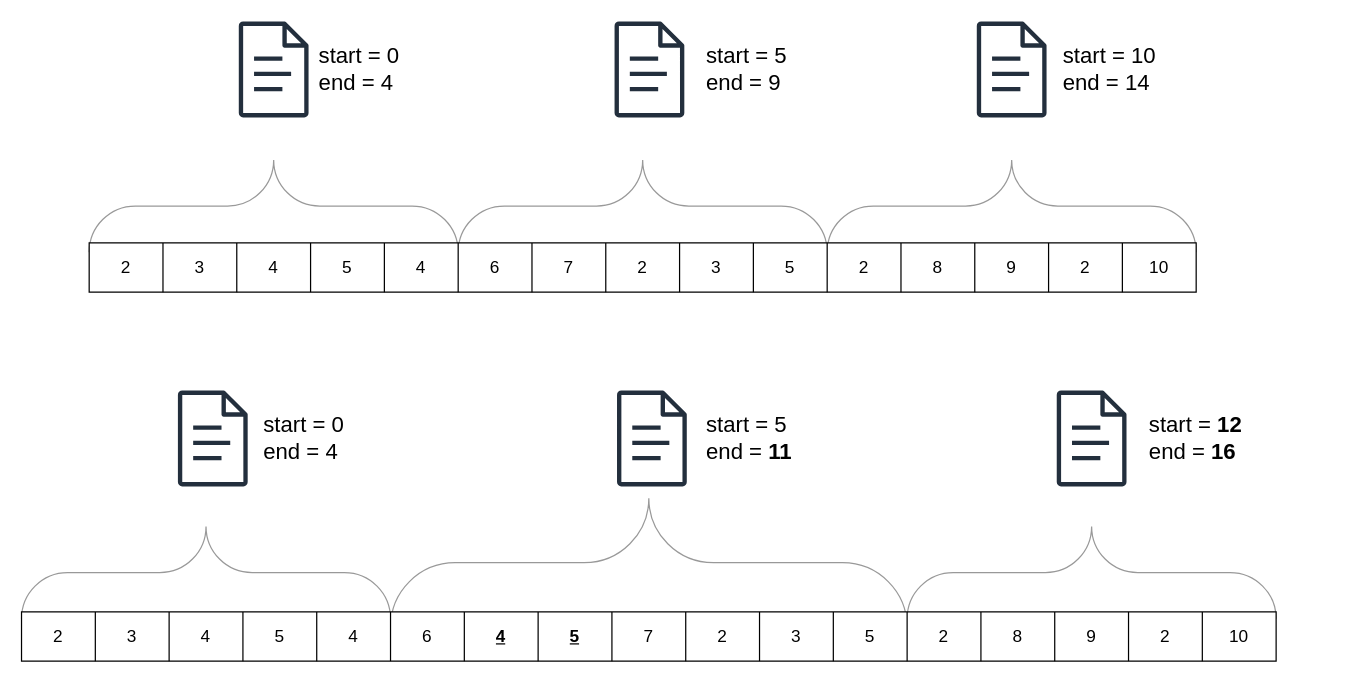
jakobkhansen/master-thesis keeps this draw.io diagram as thesis/figures/indexupdate.drawio. Above is the earlier version. Source tidied: cells renumbered, new cells numbered last; positions are measured from the earlier drawing's top-left corner, leaving out a move shared by most shapes. Both pictures are drawn from the tidied source at 123%, with x=0, y=0 at pixel (21, 21).
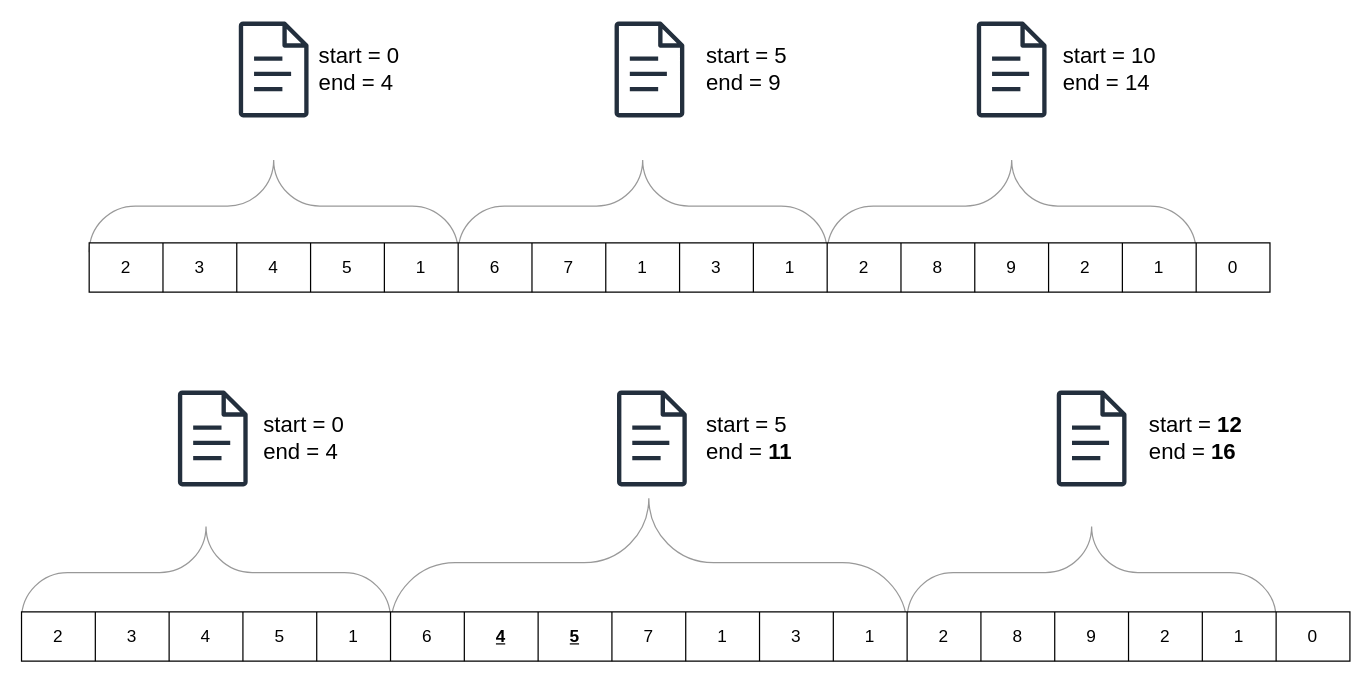
Above is the later version.

Change to the diagram source:
```diff
@@
     <mxCell id="14" style="shape=table;startSize=0;childLayout=tableLayout;fontFamily=Computer Modern;fontSize=14;" parent="1" vertex="1">
-      <mxGeometry y="480" width="1020" height="40" as="geometry" />
+      <mxGeometry y="480" width="1080" height="40" as="geometry" />
     </mxCell>
     <mxCell id="15" style="shape=tableRow;horizontal=0;startSize=0;swimlaneHead=0;swimlaneBody=0;strokeColor=inherit;top=0;left=0;bottom=0;right=0;fillColor=none;fontFamily=Computer Modern;fontSize=14;" parent="14" vertex="1">
-      <mxGeometry width="1020" height="40" as="geometry" />
+      <mxGeometry width="1080" height="40" as="geometry" />
     </mxCell>
@@
-    <mxCell id="20" value="4" style="shape=partialRectangle;html=1;whiteSpace=wrap;strokeColor=inherit;overflow=hidden;fillColor=none;top=0;left=0;bottom=0;right=0;fontFamily=Computer Modern;fontSize=14;" parent="15" vertex="1">
+    <mxCell id="20" value="1" style="shape=partialRectangle;html=1;whiteSpace=wrap;strokeColor=inherit;overflow=hidden;fillColor=none;top=0;left=0;bottom=0;right=0;fontFamily=Computer Modern;fontSize=14;" parent="15" vertex="1">
       <mxGeometry x="240" width="60" height="40" as="geometry" />
     </mxCell>
@@
-    <mxCell id="25" value="2" style="shape=partialRectangle;html=1;whiteSpace=wrap;strokeColor=inherit;overflow=hidden;fillColor=none;top=0;left=0;bottom=0;right=0;fontFamily=Computer Modern;fontSize=14;" parent="15" vertex="1">
+    <mxCell id="25" value="1" style="shape=partialRectangle;html=1;whiteSpace=wrap;strokeColor=inherit;overflow=hidden;fillColor=none;top=0;left=0;bottom=0;right=0;fontFamily=Computer Modern;fontSize=14;" parent="15" vertex="1">
       <mxGeometry x="540" width="60" height="40" as="geometry" />
     </mxCell>
@@
-    <mxCell id="27" value="5" style="shape=partialRectangle;html=1;whiteSpace=wrap;strokeColor=inherit;overflow=hidden;fillColor=none;top=0;left=0;bottom=0;right=0;fontFamily=Computer Modern;fontSize=14;" parent="15" vertex="1">
+    <mxCell id="27" value="1" style="shape=partialRectangle;html=1;whiteSpace=wrap;strokeColor=inherit;overflow=hidden;fillColor=none;top=0;left=0;bottom=0;right=0;fontFamily=Computer Modern;fontSize=14;" parent="15" vertex="1">
       <mxGeometry x="660" width="60" height="40" as="geometry" />
     </mxCell>
@@
-    <mxCell id="32" value="10" style="shape=partialRectangle;html=1;whiteSpace=wrap;strokeColor=inherit;overflow=hidden;fillColor=none;top=0;left=0;bottom=0;right=0;fontFamily=Computer Modern;fontSize=14;" parent="15" vertex="1">
+    <mxCell id="32" value="1" style="shape=partialRectangle;html=1;whiteSpace=wrap;strokeColor=inherit;overflow=hidden;fillColor=none;top=0;left=0;bottom=0;right=0;fontFamily=Computer Modern;fontSize=14;" parent="15" vertex="1">
       <mxGeometry x="960" width="60" height="40" as="geometry" />
     </mxCell>
+    <mxCell id="56" value="0" style="shape=partialRectangle;html=1;whiteSpace=wrap;strokeColor=inherit;overflow=hidden;fillColor=none;top=0;left=0;bottom=0;right=0;fontFamily=Computer Modern;fontSize=14;" parent="15" vertex="1">
+      <mxGeometry x="1020" width="60" height="40" as="geometry" />
+    </mxCell>
@@
     <mxCell id="39" style="shape=table;startSize=0;childLayout=tableLayout;fontFamily=Computer Modern;fontSize=14;" parent="1" vertex="1">
-      <mxGeometry x="55" y="180" width="900" height="40" as="geometry" />
+      <mxGeometry x="55" y="180" width="960" height="40" as="geometry" />
     </mxCell>
     <mxCell id="40" style="shape=tableRow;horizontal=0;startSize=0;swimlaneHead=0;swimlaneBody=0;strokeColor=inherit;top=0;left=0;bottom=0;right=0;fillColor=none;fontFamily=Computer Modern;fontSize=14;" parent="39" vertex="1">
-      <mxGeometry width="900" height="40" as="geometry" />
+      <mxGeometry width="960" height="40" as="geometry" />
     </mxCell>
@@
-    <mxCell id="45" value="4" style="shape=partialRectangle;html=1;whiteSpace=wrap;strokeColor=inherit;overflow=hidden;fillColor=none;top=0;left=0;bottom=0;right=0;fontFamily=Computer Modern;fontSize=14;" parent="40" vertex="1">
+    <mxCell id="45" value="1" style="shape=partialRectangle;html=1;whiteSpace=wrap;strokeColor=inherit;overflow=hidden;fillColor=none;top=0;left=0;bottom=0;right=0;fontFamily=Computer Modern;fontSize=14;" parent="40" vertex="1">
       <mxGeometry x="240" width="60" height="40" as="geometry" />
     </mxCell>
@@
-    <mxCell id="48" value="2" style="shape=partialRectangle;html=1;whiteSpace=wrap;strokeColor=inherit;overflow=hidden;fillColor=none;top=0;left=0;bottom=0;right=0;fontFamily=Computer Modern;fontSize=14;" parent="40" vertex="1">
+    <mxCell id="48" value="1" style="shape=partialRectangle;html=1;whiteSpace=wrap;strokeColor=inherit;overflow=hidden;fillColor=none;top=0;left=0;bottom=0;right=0;fontFamily=Computer Modern;fontSize=14;" parent="40" vertex="1">
       <mxGeometry x="420" width="60" height="40" as="geometry" />
     </mxCell>
@@
-    <mxCell id="50" value="5" style="shape=partialRectangle;html=1;whiteSpace=wrap;strokeColor=inherit;overflow=hidden;fillColor=none;top=0;left=0;bottom=0;right=0;fontFamily=Computer Modern;fontSize=14;" parent="40" vertex="1">
+    <mxCell id="50" value="1" style="shape=partialRectangle;html=1;whiteSpace=wrap;strokeColor=inherit;overflow=hidden;fillColor=none;top=0;left=0;bottom=0;right=0;fontFamily=Computer Modern;fontSize=14;" parent="40" vertex="1">
       <mxGeometry x="540" width="60" height="40" as="geometry" />
     </mxCell>
@@
-    <mxCell id="55" value="10" style="shape=partialRectangle;html=1;whiteSpace=wrap;strokeColor=inherit;overflow=hidden;fillColor=none;top=0;left=0;bottom=0;right=0;fontFamily=Computer Modern;fontSize=14;" parent="40" vertex="1">
+    <mxCell id="55" value="1" style="shape=partialRectangle;html=1;whiteSpace=wrap;strokeColor=inherit;overflow=hidden;fillColor=none;top=0;left=0;bottom=0;right=0;fontFamily=Computer Modern;fontSize=14;" parent="40" vertex="1">
       <mxGeometry x="840" width="60" height="40" as="geometry" />
     </mxCell>
+    <mxCell id="57" value="0" style="shape=partialRectangle;html=1;whiteSpace=wrap;strokeColor=inherit;overflow=hidden;fillColor=none;top=0;left=0;bottom=0;right=0;fontFamily=Computer Modern;fontSize=14;" parent="40" vertex="1">
+      <mxGeometry x="900" width="60" height="40" as="geometry" />
+    </mxCell>
```
